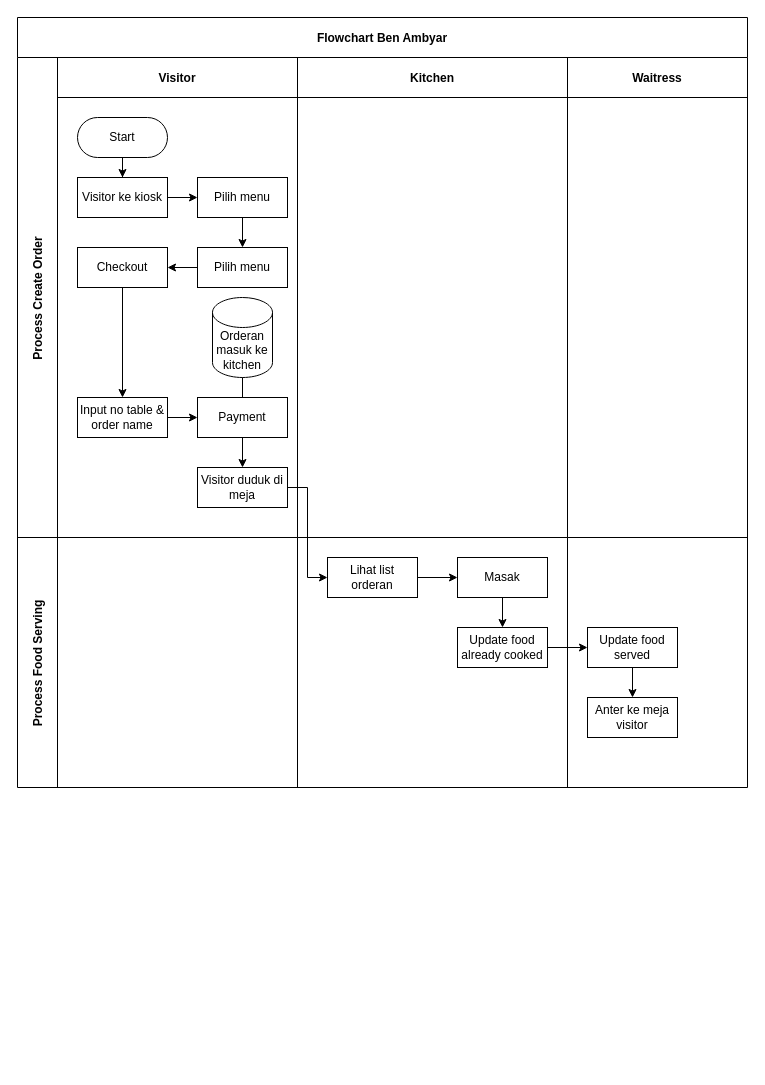
liemichael20/checkout-demo-laravel keeps this draw.io diagram as page "Process create order & food serving" (1 of 3) of Untitled Diagram.drawio. Above is the earlier version. Source tidied: cells renumbered, new cells numbered last; positions are measured from the earlier drawing's top-left corner, leaving out a move shared by most shapes. Both pictures are drawn from the tidied source at 100%, with x=0, y=0 at pixel (17, 17).
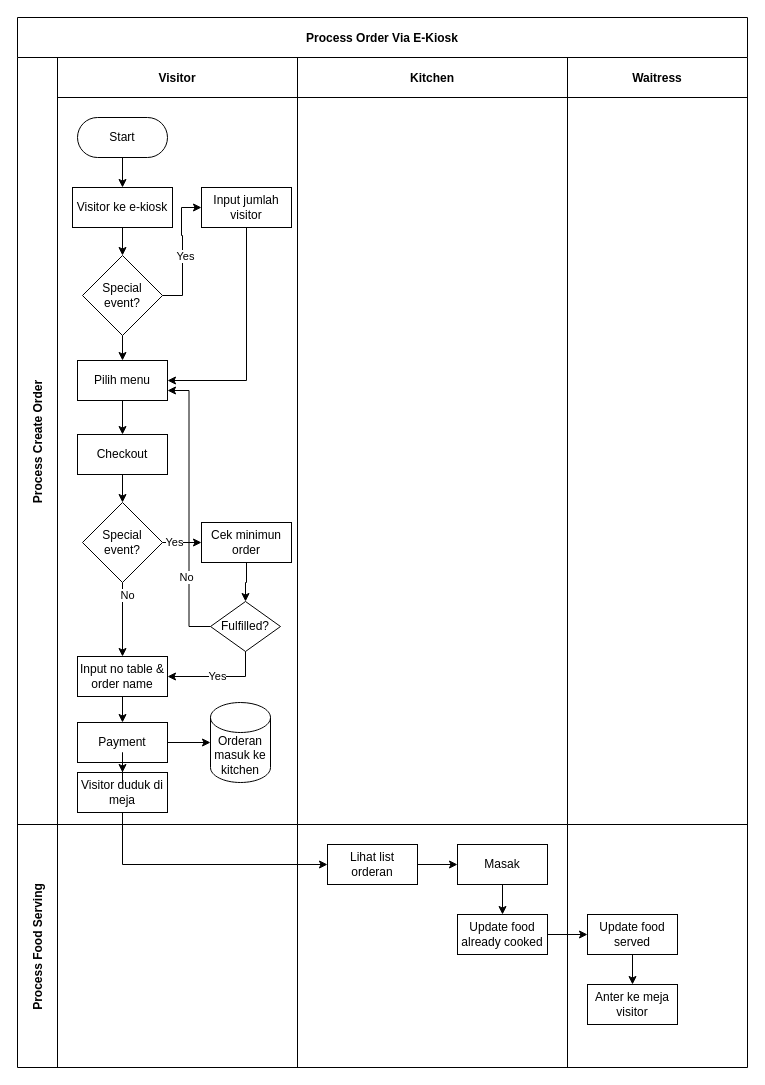
Above is the later version.

Unchanged cells that the change refers to:
```xml
<mxCell id="27" value="Lihat list orderan" style="rounded=0;whiteSpace=wrap;html=1;" parent="26" vertex="1">
  <mxGeometry x="30" y="20" width="90" height="40" as="geometry" />
</mxCell>
```

The edit, as a diff of the source:
```diff
@@
-    <mxCell id="2" value="Flowchart Ben Ambyar" style="shape=table;childLayout=tableLayout;startSize=40;fillColor=none;fontStyle=1;strokeColor=default;" parent="1" vertex="1">
-      <mxGeometry width="730" height="770" as="geometry" />
+    <mxCell id="2" value="Process Order Via E-Kiosk" style="shape=table;childLayout=tableLayout;startSize=40;fillColor=none;fontStyle=1;strokeColor=default;" parent="1" vertex="1">
+      <mxGeometry width="730" height="1050" as="geometry" />
     </mxCell>
     <mxCell id="3" value="Process Create Order" style="shape=tableRow;horizontal=0;swimlaneHead=0;swimlaneBody=0;top=0;left=0;bottom=0;right=0;fillColor=none;startSize=40;fontStyle=1;verticalAlign=middle;" parent="2" vertex="1">
-      <mxGeometry y="40" width="730" height="480" as="geometry" />
+      <mxGeometry y="40" width="730" height="767" as="geometry" />
     </mxCell>
     <mxCell id="4" value="Visitor" style="swimlane;swimlaneHead=0;swimlaneBody=0;fillColor=none;startSize=40;fontStyle=1;" parent="3" vertex="1">
-      <mxGeometry x="40" width="240" height="480" as="geometry" />
+      <mxGeometry x="40" width="240" height="767" as="geometry" />
     </mxCell>
@@
+    <mxCell id="38" style="edgeStyle=orthogonalEdgeStyle;rounded=0;jettySize=auto;html=1;" parent="4" edge="1" source="7" target="43">
+      <mxGeometry relative="1" as="geometry" />
+    </mxCell>
-    <mxCell id="7" value="Visitor ke kiosk" style="rounded=0;whiteSpace=wrap;html=1;" parent="4" vertex="1">
-      <mxGeometry x="20" y="120" width="90" height="40" as="geometry" />
+    <mxCell id="7" value="Visitor ke e-kiosk" style="rounded=0;whiteSpace=wrap;html=1;" parent="4" vertex="1">
+      <mxGeometry x="15" y="130" width="100" height="40" as="geometry" />
     </mxCell>
+    <mxCell id="14" style="edgeStyle=orthogonalEdgeStyle;rounded=0;jettySize=auto;html=1;" parent="4" edge="1" source="10" target="13">
+      <mxGeometry relative="1" as="geometry" />
+    </mxCell>
+    <mxCell id="10" value="Pilih menu" style="rounded=0;whiteSpace=wrap;html=1;" parent="4" vertex="1">
+      <mxGeometry x="20" y="303" width="90" height="40" as="geometry" />
+    </mxCell>
+    <mxCell id="39" style="edgeStyle=orthogonalEdgeStyle;rounded=0;jettySize=auto;html=1;" parent="4" edge="1" source="13" target="48">
+      <mxGeometry relative="1" as="geometry" />
+    </mxCell>
+    <mxCell id="13" value="Checkout" style="rounded=0;whiteSpace=wrap;html=1;" parent="4" vertex="1">
+      <mxGeometry x="20" y="377" width="90" height="40" as="geometry" />
+    </mxCell>
+    <mxCell id="40" style="edgeStyle=orthogonalEdgeStyle;rounded=0;jettySize=auto;html=1;entryX=0;entryY=0.5;entryDx=0;entryDy=0;" parent="4" edge="1" source="43" target="8">
+      <mxGeometry relative="1" as="geometry" />
+    </mxCell>
+    <mxCell id="41" value="Yes" style="edgeLabel;html=1;align=center;verticalAlign=middle;" parent="40" vertex="1">
+      <mxGeometry x="-0.07" y="-2" relative="1" as="geometry" />
+    </mxCell>
+    <mxCell id="42" style="edgeStyle=orthogonalEdgeStyle;rounded=0;jettySize=auto;html=1;entryX=0.5;entryY=0;entryDx=0;entryDy=0;" parent="4" edge="1" source="43" target="10">
+      <mxGeometry relative="1" as="geometry" />
+    </mxCell>
+    <mxCell id="43" value="Special event?" style="rhombus;whiteSpace=wrap;html=1;" parent="4" vertex="1">
+      <mxGeometry x="25" y="198" width="80" height="80" as="geometry" />
+    </mxCell>
-    <mxCell id="8" value="Pilih menu" style="rounded=0;whiteSpace=wrap;html=1;" parent="4" vertex="1">
-      <mxGeometry x="140" y="120" width="90" height="40" as="geometry" />
+    <mxCell id="8" value="Input jumlah visitor" style="rounded=0;whiteSpace=wrap;html=1;" parent="4" vertex="1">
+      <mxGeometry x="144" y="130" width="90" height="40" as="geometry" />
     </mxCell>
-    <mxCell id="9" style="edgeStyle=orthogonalEdgeStyle;rounded=0;jettySize=auto;html=1;" parent="4" edge="1" source="7" target="8">
-      <mxGeometry relative="1" as="geometry" />
-    </mxCell>
-    <mxCell id="10" value="Pilih menu" style="rounded=0;whiteSpace=wrap;html=1;" parent="4" vertex="1">
-      <mxGeometry x="140" y="190" width="90" height="40" as="geometry" />
-    </mxCell>
-    <mxCell id="11" style="edgeStyle=orthogonalEdgeStyle;rounded=0;jettySize=auto;html=1;entryX=0.5;entryY=0;entryDx=0;entryDy=0;exitX=0.5;exitY=1;exitDx=0;exitDy=0;" parent="4" edge="1" source="8" target="10">
+    <mxCell id="11" style="edgeStyle=orthogonalEdgeStyle;rounded=0;jettySize=auto;html=1;entryX=1;entryY=0.5;entryDx=0;entryDy=0;exitX=0.5;exitY=1;exitDx=0;exitDy=0;" parent="4" edge="1" source="8" target="10">
       <mxGeometry relative="1" as="geometry" />
     </mxCell>
-    <mxCell id="12" style="edgeStyle=orthogonalEdgeStyle;rounded=0;jettySize=auto;html=1;" parent="4" edge="1" source="13" target="16">
-      <mxGeometry relative="1" as="geometry" />
-    </mxCell>
-    <mxCell id="13" value="Checkout" style="rounded=0;whiteSpace=wrap;html=1;" parent="4" vertex="1">
-      <mxGeometry x="20" y="190" width="90" height="40" as="geometry" />
-    </mxCell>
-    <mxCell id="14" style="edgeStyle=orthogonalEdgeStyle;rounded=0;jettySize=auto;html=1;entryX=1;entryY=0.5;entryDx=0;entryDy=0;exitX=0;exitY=0.5;exitDx=0;exitDy=0;" parent="4" edge="1" source="10" target="13">
-      <mxGeometry relative="1" as="geometry" />
-    </mxCell>
+    <mxCell id="44" style="edgeStyle=orthogonalEdgeStyle;rounded=0;jettySize=auto;html=1;" parent="4" edge="1" source="48" target="50">
+      <mxGeometry relative="1" as="geometry" />
+    </mxCell>
+    <mxCell id="45" value="Yes" style="edgeLabel;html=1;align=center;verticalAlign=middle;" parent="44" vertex="1">
+      <mxGeometry x="-0.45" y="1" relative="1" as="geometry" />
+    </mxCell>
+    <mxCell id="46" style="edgeStyle=orthogonalEdgeStyle;rounded=0;jettySize=auto;html=1;" parent="4" edge="1" source="48" target="16">
+      <mxGeometry relative="1" as="geometry" />
+    </mxCell>
+    <mxCell id="47" value="No" style="edgeLabel;html=1;align=center;verticalAlign=middle;" parent="46" vertex="1">
+      <mxGeometry x="-0.68" y="4" relative="1" as="geometry" />
+    </mxCell>
+    <mxCell id="48" value="Special event?" style="rhombus;whiteSpace=wrap;html=1;" parent="4" vertex="1">
+      <mxGeometry x="25" y="445" width="80" height="80" as="geometry" />
+    </mxCell>
+    <mxCell id="49" style="edgeStyle=orthogonalEdgeStyle;rounded=0;jettySize=auto;html=1;" parent="4" edge="1" source="50" target="51">
+      <mxGeometry relative="1" as="geometry" />
+    </mxCell>
+    <mxCell id="50" value="Cek minimun order" style="rounded=0;whiteSpace=wrap;html=1;" parent="4" vertex="1">
+      <mxGeometry x="144" y="465" width="90" height="40" as="geometry" />
+    </mxCell>
+    <mxCell id="51" value="Fulfilled?" style="rhombus;whiteSpace=wrap;html=1;" parent="4" vertex="1">
+      <mxGeometry x="153" y="544" width="70" height="50" as="geometry" />
+    </mxCell>
+    <mxCell id="20" style="edgeStyle=orthogonalEdgeStyle;rounded=0;jettySize=auto;html=1;" parent="4" edge="1" source="18" target="19">
+      <mxGeometry relative="1" as="geometry" />
+    </mxCell>
+    <mxCell id="18" value="Payment" style="rounded=0;whiteSpace=wrap;html=1;" parent="4" vertex="1">
+      <mxGeometry x="20" y="665" width="90" height="40" as="geometry" />
+    </mxCell>
+    <mxCell id="52" style="edgeStyle=orthogonalEdgeStyle;rounded=0;jettySize=auto;html=1;entryX=1;entryY=0.75;entryDx=0;entryDy=0;" parent="4" edge="1" source="51" target="10">
+      <mxGeometry relative="1" as="geometry" />
+    </mxCell>
+    <mxCell id="53" value="No" style="edgeLabel;html=1;align=center;verticalAlign=middle;" parent="52" vertex="1">
+      <mxGeometry x="-0.49" y="3" relative="1" as="geometry" />
+    </mxCell>
+    <mxCell id="16" value="Input no table &amp;amp; order name" style="rounded=0;whiteSpace=wrap;html=1;" parent="4" vertex="1">
+      <mxGeometry x="20" y="599" width="90" height="40" as="geometry" />
+    </mxCell>
+    <mxCell id="54" style="edgeStyle=orthogonalEdgeStyle;rounded=0;jettySize=auto;html=1;entryX=1;entryY=0.5;entryDx=0;entryDy=0;" parent="4" edge="1" source="51" target="16">
+      <mxGeometry relative="1" as="geometry">
+        <Array as="points">
+          <mxPoint x="188" y="619" />
+        </Array>
+      </mxGeometry>
+    </mxCell>
+    <mxCell id="55" value="Yes" style="edgeLabel;html=1;align=center;verticalAlign=middle;" parent="54" vertex="1">
+      <mxGeometry x="0.06" y="-1" relative="1" as="geometry">
+        <mxPoint x="1" as="offset" />
+      </mxGeometry>
+    </mxCell>
-    <mxCell id="15" style="edgeStyle=orthogonalEdgeStyle;rounded=0;jettySize=auto;html=1;" parent="4" edge="1" source="16" target="18">
+    <mxCell id="15" style="edgeStyle=orthogonalEdgeStyle;rounded=0;jettySize=auto;html=1;entryX=0.5;entryY=0;entryDx=0;entryDy=0;" parent="4" edge="1" source="16" target="18">
       <mxGeometry relative="1" as="geometry" />
     </mxCell>
-    <mxCell id="16" value="Input no table &amp;amp; order name" style="rounded=0;whiteSpace=wrap;html=1;" parent="4" vertex="1">
-      <mxGeometry x="20" y="340" width="90" height="40" as="geometry" />
-    </mxCell>
-    <mxCell id="17" style="edgeStyle=orthogonalEdgeStyle;rounded=0;jettySize=auto;html=1;" parent="4" edge="1" source="18" target="21">
-      <mxGeometry relative="1" as="geometry" />
-    </mxCell>
-    <mxCell id="18" value="Payment" style="rounded=0;whiteSpace=wrap;html=1;" parent="4" vertex="1">
-      <mxGeometry x="140" y="340" width="90" height="40" as="geometry" />
-    </mxCell>
     <mxCell id="19" value="Orderan masuk ke kitchen" style="shape=cylinder3;whiteSpace=wrap;html=1;boundedLbl=1;backgroundOutline=1;size=15;" parent="4" vertex="1">
-      <mxGeometry x="155" y="240" width="60" height="80" as="geometry" />
+      <mxGeometry x="153" y="645" width="60" height="80" as="geometry" />
     </mxCell>
-    <mxCell id="20" style="endArrow=none;html=1;rounded=0;entryX=0.5;entryY=1;entryDx=0;entryDy=0;entryPerimeter=0;exitX=0.5;exitY=0;exitDx=0;exitDy=0;" parent="4" edge="1" source="18" target="19">
-      <mxGeometry relative="1" as="geometry" />
-    </mxCell>
-    <mxCell id="21" value="Visitor duduk di meja" style="rounded=0;whiteSpace=wrap;html=1;" parent="4" vertex="1">
-      <mxGeometry x="140" y="410" width="90" height="40" as="geometry" />
-    </mxCell>
     <mxCell id="22" value="Kitchen" style="swimlane;swimlaneHead=0;swimlaneBody=0;fillColor=none;startSize=40;fontStyle=1;" parent="3" vertex="1">
-      <mxGeometry x="280" width="270" height="480" as="geometry" />
+      <mxGeometry x="280" width="270" height="767" as="geometry" />
     </mxCell>
     <mxCell id="23" value="Waitress" style="swimlane;swimlaneHead=0;swimlaneBody=0;fillColor=none;startSize=40;fontStyle=1;" parent="3" vertex="1">
-      <mxGeometry x="550" width="180" height="480" as="geometry" />
+      <mxGeometry x="550" width="180" height="767" as="geometry" />
     </mxCell>
     <mxCell id="24" value="Process Food Serving" style="shape=tableRow;horizontal=0;swimlaneHead=0;swimlaneBody=0;top=0;left=0;bottom=0;right=0;fillColor=none;startSize=40;fontStyle=1;" parent="2" vertex="1">
-      <mxGeometry y="520" width="730" height="250" as="geometry" />
+      <mxGeometry y="807" width="730" height="243" as="geometry" />
     </mxCell>
     <mxCell id="25" style="swimlane;swimlaneHead=0;swimlaneBody=0;fillColor=none;startSize=0;fontStyle=1;" parent="24" vertex="1">
-      <mxGeometry x="40" width="240" height="250" as="geometry" />
+      <mxGeometry x="40" width="240" height="243" as="geometry" />
     </mxCell>
+    <mxCell id="21" value="Visitor duduk di meja" style="rounded=0;whiteSpace=wrap;html=1;" parent="25" vertex="1">
+      <mxGeometry x="20" y="-52" width="90" height="40" as="geometry" />
+    </mxCell>
     <mxCell id="26" style="swimlane;swimlaneHead=0;swimlaneBody=0;fillColor=none;startSize=0;fontStyle=1;" parent="24" vertex="1">
-      <mxGeometry x="280" width="270" height="250" as="geometry" />
+      <mxGeometry x="280" width="270" height="243" as="geometry" />
     </mxCell>
@@
     <mxCell id="32" style="swimlane;swimlaneHead=0;swimlaneBody=0;fillColor=none;startSize=0;fontStyle=1;" parent="24" vertex="1">
-      <mxGeometry x="550" width="180" height="250" as="geometry" />
+      <mxGeometry x="550" width="180" height="243" as="geometry" />
     </mxCell>
@@
-    <mxCell id="37" style="edgeStyle=orthogonalEdgeStyle;rounded=0;jettySize=auto;html=1;entryX=0;entryY=0.5;entryDx=0;entryDy=0;" parent="2" edge="1" source="21" target="27">
+    <mxCell id="37" style="edgeStyle=orthogonalEdgeStyle;rounded=0;jettySize=auto;html=1;entryX=0;entryY=0.5;entryDx=0;entryDy=0;exitX=0.5;exitY=1;exitDx=0;exitDy=0;" parent="24" edge="1" source="21" target="27">
       <mxGeometry relative="1" as="geometry" />
     </mxCell>
+    <mxCell id="17" style="edgeStyle=orthogonalEdgeStyle;rounded=0;jettySize=auto;html=1;" parent="2" edge="1" source="18" target="21">
+      <mxGeometry relative="1" as="geometry" />
+    </mxCell>
```
